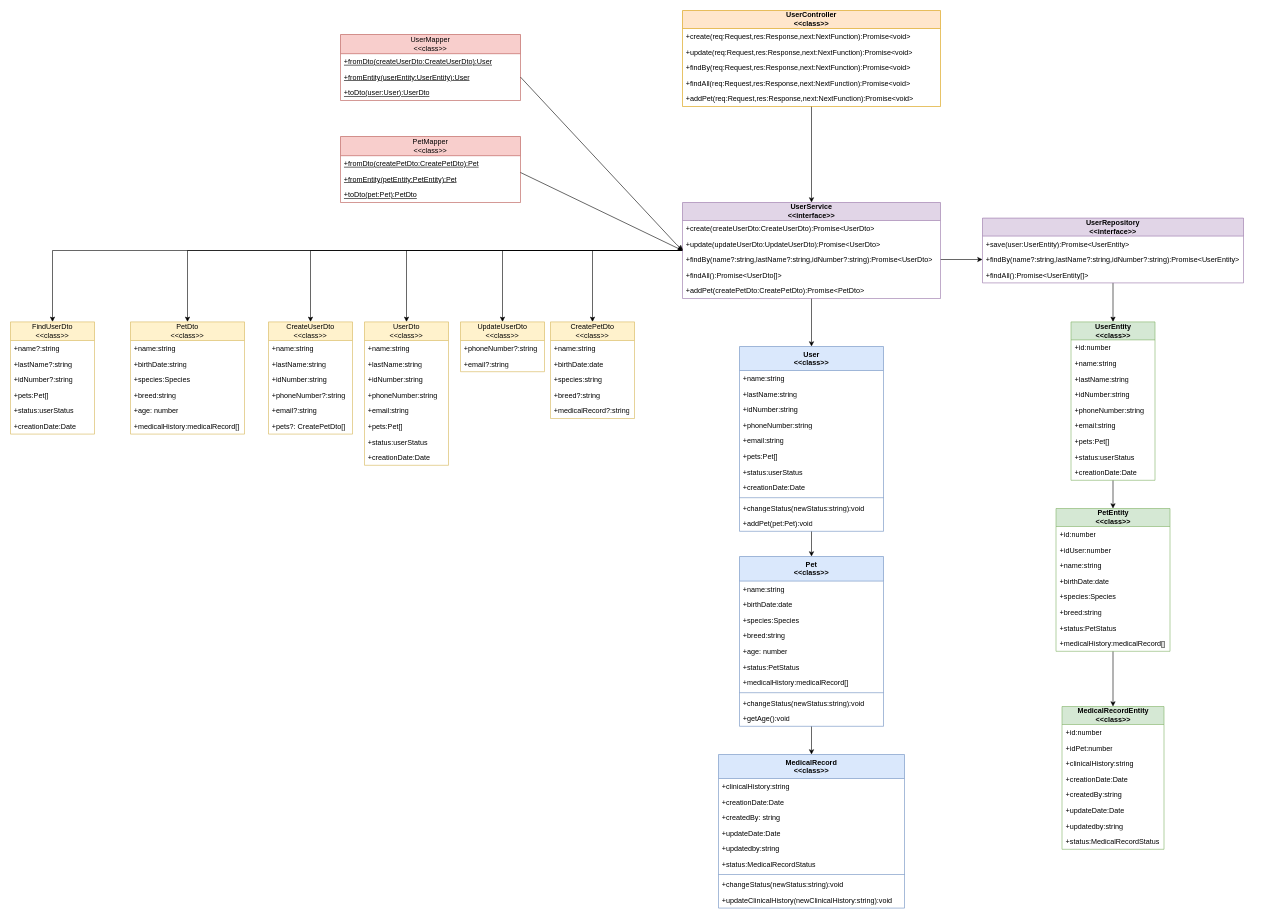
Before: page "Classes" (1 of 2) of docs/Veterinaria design.drawio in Matias-Viking/Veterinary, a draw.io diagram. Source tidied: cells renumbered, new cells numbered last; positions are measured from the earlier drawing's top-left corner, leaving out a move shared by most shapes. Both pictures are drawn from the tidied source at 60%, with x=0, y=0 at pixel (10, 10).
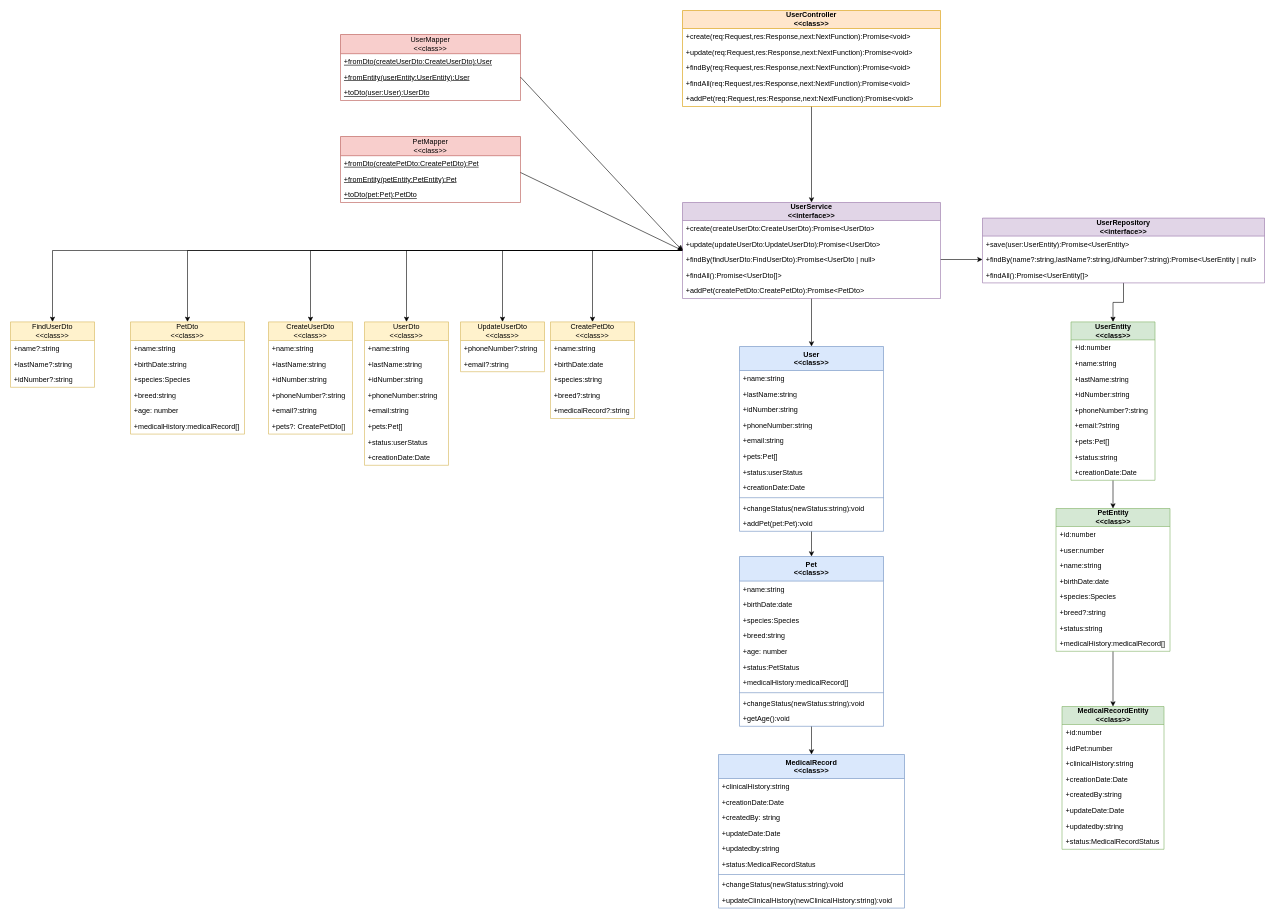
Above is the later version.

The change refers to these unchanged cells:
```xml
<mxCell id="47" value="&lt;b&gt;PetEntity&lt;/b&gt;&lt;div&gt;&lt;b&gt;&amp;lt;&amp;lt;class&amp;gt;&amp;gt;&lt;/b&gt;&lt;/div&gt;" style="swimlane;fontStyle=0;horizontal=1;startSize=30;fillColor=#d5e8d4;whiteSpace=wrap;html=1;strokeColor=#82b366;" parent="1" vertex="1">
  <mxGeometry x="1742.5" y="830" width="190" height="238" as="geometry" />
</mxCell>
<mxCell id="57" value="&lt;b&gt;UserEntity&lt;/b&gt;&lt;div&gt;&lt;b&gt;&amp;lt;&amp;lt;class&amp;gt;&amp;gt;&lt;/b&gt;&lt;/div&gt;" style="swimlane;fontStyle=0;horizontal=1;startSize=30;fillColor=#d5e8d4;whiteSpace=wrap;html=1;strokeColor=#82b366;" parent="1" vertex="1">
  <mxGeometry x="1767.5" y="519" width="140" height="264" as="geometry" />
</mxCell>
<mxCell id="80" value="&lt;b&gt;UserService&lt;/b&gt;&lt;div&gt;&lt;b&gt;&amp;lt;&amp;lt;interface&amp;gt;&amp;gt;&lt;/b&gt;&lt;/div&gt;" style="swimlane;fontStyle=0;horizontal=1;startSize=30;fillColor=#e1d5e7;whiteSpace=wrap;html=1;strokeColor=#9673a6;" parent="1" vertex="1">
  <mxGeometry x="1120" y="320" width="430" height="160" as="geometry" />
</mxCell>
```

Change to the diagram source:
```diff
@@
-    <mxCell id="49" value="+idUser:number" style="text;strokeColor=none;fillColor=none;align=left;verticalAlign=top;spacingLeft=4;spacingRight=4;overflow=hidden;whiteSpace=wrap;html=1;" parent="47" vertex="1">
+    <mxCell id="49" value="+user:number" style="text;strokeColor=none;fillColor=none;align=left;verticalAlign=top;spacingLeft=4;spacingRight=4;overflow=hidden;whiteSpace=wrap;html=1;" parent="47" vertex="1">
       <mxGeometry y="56" width="190" height="26" as="geometry" />
     </mxCell>
@@
-    <mxCell id="53" value="+breed:string" style="text;strokeColor=none;fillColor=none;align=left;verticalAlign=top;spacingLeft=4;spacingRight=4;overflow=hidden;whiteSpace=wrap;html=1;" parent="47" vertex="1">
+    <mxCell id="53" value="+breed?:string" style="text;strokeColor=none;fillColor=none;align=left;verticalAlign=top;spacingLeft=4;spacingRight=4;overflow=hidden;whiteSpace=wrap;html=1;" parent="47" vertex="1">
       <mxGeometry y="160" width="190" height="26" as="geometry" />
     </mxCell>
-    <mxCell id="54" value="+status:PetStatus" style="text;strokeColor=none;fillColor=none;align=left;verticalAlign=top;spacingLeft=4;spacingRight=4;overflow=hidden;whiteSpace=wrap;html=1;" parent="47" vertex="1">
+    <mxCell id="54" value="+status:string" style="text;strokeColor=none;fillColor=none;align=left;verticalAlign=top;spacingLeft=4;spacingRight=4;overflow=hidden;whiteSpace=wrap;html=1;" parent="47" vertex="1">
       <mxGeometry y="186" width="190" height="26" as="geometry" />
     </mxCell>
@@
-    <mxCell id="62" value="+phoneNumber:string" style="text;strokeColor=none;fillColor=none;align=left;verticalAlign=top;spacingLeft=4;spacingRight=4;overflow=hidden;whiteSpace=wrap;html=1;" parent="57" vertex="1">
+    <mxCell id="62" value="+phoneNumber?:string" style="text;strokeColor=none;fillColor=none;align=left;verticalAlign=top;spacingLeft=4;spacingRight=4;overflow=hidden;whiteSpace=wrap;html=1;" parent="57" vertex="1">
       <mxGeometry y="134" width="140" height="26" as="geometry" />
     </mxCell>
-    <mxCell id="63" value="+email:string" style="text;strokeColor=none;fillColor=none;align=left;verticalAlign=top;spacingLeft=4;spacingRight=4;overflow=hidden;whiteSpace=wrap;html=1;" parent="57" vertex="1">
+    <mxCell id="63" value="+email:?string" style="text;strokeColor=none;fillColor=none;align=left;verticalAlign=top;spacingLeft=4;spacingRight=4;overflow=hidden;whiteSpace=wrap;html=1;" parent="57" vertex="1">
       <mxGeometry y="160" width="140" height="26" as="geometry" />
     </mxCell>
@@
-    <mxCell id="65" value="+status:userStatus" style="text;strokeColor=none;fillColor=none;align=left;verticalAlign=top;spacingLeft=4;spacingRight=4;overflow=hidden;whiteSpace=wrap;html=1;" parent="57" vertex="1">
+    <mxCell id="65" value="+status:string" style="text;strokeColor=none;fillColor=none;align=left;verticalAlign=top;spacingLeft=4;spacingRight=4;overflow=hidden;whiteSpace=wrap;html=1;" parent="57" vertex="1">
       <mxGeometry y="212" width="140" height="26" as="geometry" />
     </mxCell>
@@
     <mxCell id="68" value="&lt;b&gt;UserRepository&lt;/b&gt;&lt;div&gt;&lt;b&gt;&amp;lt;&amp;lt;interface&amp;gt;&amp;gt;&lt;/b&gt;&lt;/div&gt;" style="swimlane;fontStyle=0;horizontal=1;startSize=30;fillColor=#e1d5e7;whiteSpace=wrap;html=1;strokeColor=#9673a6;" parent="1" vertex="1">
-      <mxGeometry x="1620" y="346" width="435" height="108" as="geometry" />
+      <mxGeometry x="1620" y="346" width="470" height="108" as="geometry" />
     </mxCell>
     <mxCell id="69" value="+save(user:UserEntity):Promise&amp;lt;UserEntity&amp;gt;" style="text;strokeColor=none;fillColor=none;align=left;verticalAlign=top;spacingLeft=4;spacingRight=4;overflow=hidden;whiteSpace=wrap;html=1;" parent="68" vertex="1">
-      <mxGeometry y="30" width="435" height="26" as="geometry" />
+      <mxGeometry y="30" width="470" height="26" as="geometry" />
     </mxCell>
-    <mxCell id="70" value="+findBy(name?:string,lastName?:string,idNumber?:string):Promise&amp;lt;UserEntity&amp;gt;" style="text;strokeColor=none;fillColor=none;align=left;verticalAlign=top;spacingLeft=4;spacingRight=4;overflow=hidden;points=[[0,0.5],[1,0.5]];portConstraint=eastwest;whiteSpace=wrap;html=1;" parent="68" vertex="1">
-      <mxGeometry y="56" width="435" height="26" as="geometry" />
+    <mxCell id="70" value="+findBy(name?:string,lastName?:string,idNumber?:string):Promise&amp;lt;UserEntity | null&amp;gt;" style="text;strokeColor=none;fillColor=none;align=left;verticalAlign=top;spacingLeft=4;spacingRight=4;overflow=hidden;points=[[0,0.5],[1,0.5]];portConstraint=eastwest;whiteSpace=wrap;html=1;" parent="68" vertex="1">
+      <mxGeometry y="56" width="470" height="26" as="geometry" />
     </mxCell>
     <mxCell id="71" value="+findAll():Promise&amp;lt;UserEntity[]&amp;gt;" style="text;strokeColor=none;fillColor=none;align=left;verticalAlign=top;spacingLeft=4;spacingRight=4;overflow=hidden;whiteSpace=wrap;html=1;" parent="68" vertex="1">
-      <mxGeometry y="82" width="435" height="26" as="geometry" />
+      <mxGeometry y="82" width="470" height="26" as="geometry" />
     </mxCell>
@@
-    <mxCell id="83" value="+findBy(name?:string,lastName?:string,idNumber?:string):Promise&amp;lt;UserDto&amp;gt;" style="text;strokeColor=none;fillColor=none;align=left;verticalAlign=top;spacingLeft=4;spacingRight=4;overflow=hidden;points=[[0,0.5],[1,0.5]];portConstraint=eastwest;whiteSpace=wrap;html=1;" parent="80" vertex="1">
+    <mxCell id="83" value="+findBy(findUserDto:FindUserDto):Promise&amp;lt;UserDto | null&amp;gt;" style="text;strokeColor=none;fillColor=none;align=left;verticalAlign=top;spacingLeft=4;spacingRight=4;overflow=hidden;points=[[0,0.5],[1,0.5]];portConstraint=eastwest;whiteSpace=wrap;html=1;" parent="80" vertex="1">
       <mxGeometry y="82" width="430" height="26" as="geometry" />
     </mxCell>
@@
     <mxCell id="125" value="FindUserDto&lt;div&gt;&amp;lt;&amp;lt;class&amp;gt;&amp;gt;&lt;/div&gt;" style="swimlane;fontStyle=0;horizontal=1;startSize=31;fillColor=#fff2cc;whiteSpace=wrap;html=1;strokeColor=#d6b656;" parent="1" vertex="1">
-      <mxGeometry y="519" width="140" height="187" as="geometry" />
+      <mxGeometry y="519" width="140" height="109" as="geometry" />
     </mxCell>
@@
-    <mxCell id="129" value="+pets:Pet[]" style="text;strokeColor=none;fillColor=none;align=left;verticalAlign=top;spacingLeft=4;spacingRight=4;overflow=hidden;whiteSpace=wrap;html=1;" parent="125" vertex="1">
-      <mxGeometry y="109" width="140" height="26" as="geometry" />
-    </mxCell>
-    <mxCell id="130" value="+status:userStatus" style="text;strokeColor=none;fillColor=none;align=left;verticalAlign=top;spacingLeft=4;spacingRight=4;overflow=hidden;whiteSpace=wrap;html=1;" parent="125" vertex="1">
-      <mxGeometry y="135" width="140" height="26" as="geometry" />
-    </mxCell>
-    <mxCell id="131" value="+creationDate:Date" style="text;strokeColor=none;fillColor=none;align=left;verticalAlign=top;spacingLeft=4;spacingRight=4;overflow=hidden;whiteSpace=wrap;html=1;" parent="125" vertex="1">
-      <mxGeometry y="161" width="140" height="26" as="geometry" />
-    </mxCell>
```
